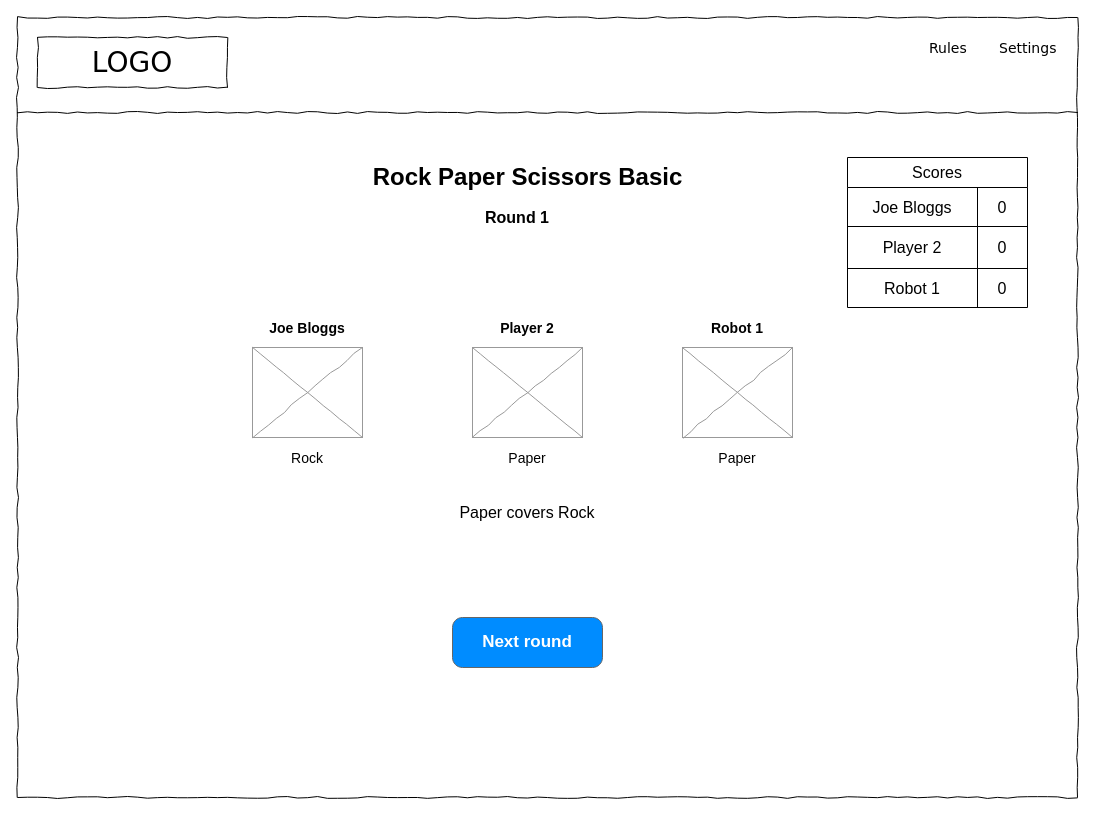
Before: page "round-result-large" (6 of 15) of design/rps-xtreme.drawio in ibuttimer/rock-paper-scissors-xtreme, a draw.io diagram. Source tidied: cells renumbered, new cells numbered last; positions are measured from the earlier drawing's top-left corner, leaving out a move shared by most shapes. Both pictures are drawn from the tidied source at 100%, with x=0, y=0 at pixel (17, 17).
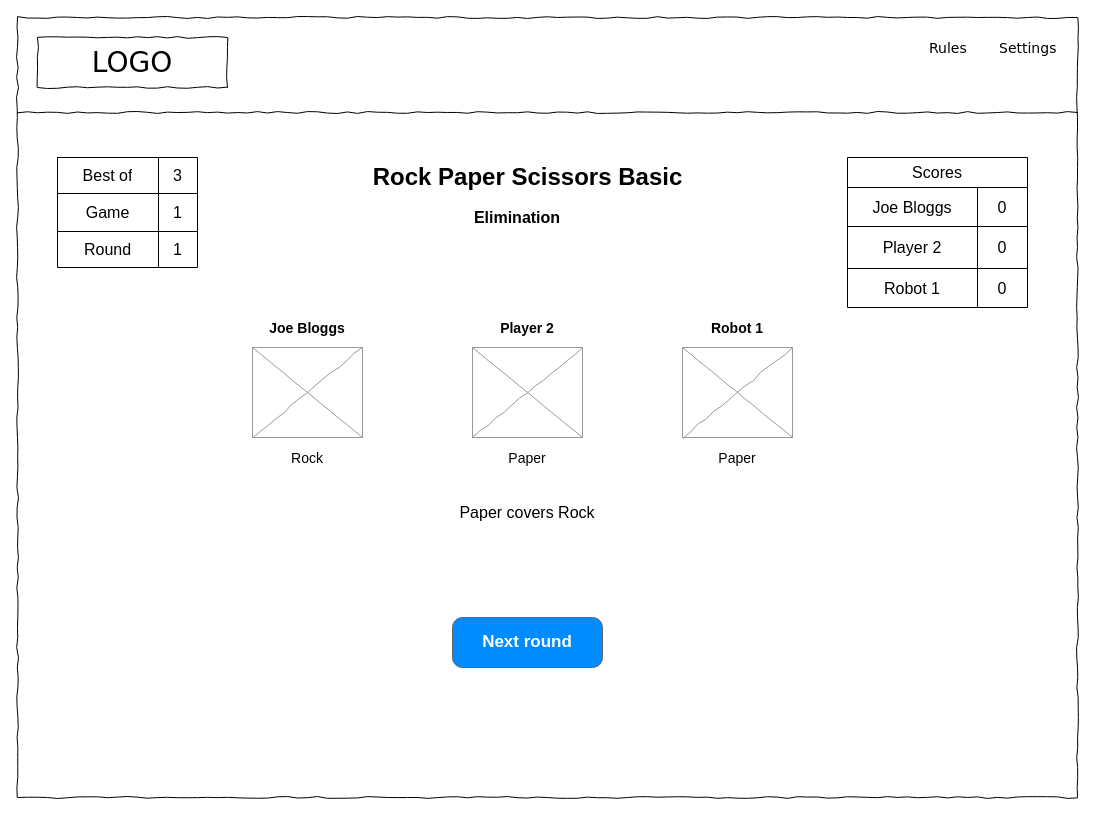
The same page after the edit.

The edit, as a diff of the source:
```diff
@@
-    <mxCell id="14" value="&lt;b style=&quot;&quot;&gt;&lt;font style=&quot;font-size: 16px;&quot;&gt;Round 1&lt;/font&gt;&lt;/b&gt;" style="text;html=1;strokeColor=none;fillColor=none;align=center;verticalAlign=middle;whiteSpace=wrap;overflow=hidden;" parent="1" vertex="1">
-      <mxGeometry x="420" y="180" width="160" height="40" as="geometry" />
-    </mxCell>
@@
+    <mxCell id="30" value="&lt;b style=&quot;&quot;&gt;&lt;font style=&quot;font-size: 16px;&quot;&gt;Elimination&lt;/font&gt;&lt;/b&gt;" style="text;html=1;strokeColor=none;fillColor=none;align=center;verticalAlign=middle;whiteSpace=wrap;overflow=hidden;" parent="1" vertex="1">
+      <mxGeometry x="340" y="180" width="320" height="40" as="geometry" />
+    </mxCell>
+    <mxCell id="31" style="shape=table;html=1;whiteSpace=wrap;startSize=0;childLayout=tableLayout;fontSize=16;" parent="1" vertex="1">
+      <mxGeometry x="40" y="140" width="140" height="110" as="geometry" />
+    </mxCell>
+    <mxCell id="32" style="shape=tableRow;horizontal=0;startSize=0;swimlaneHead=0;swimlaneBody=0;top=0;left=0;bottom=0;right=0;fillColor=none;fontSize=16;" parent="31" vertex="1">
+      <mxGeometry width="140" height="36" as="geometry" />
+    </mxCell>
+    <mxCell id="33" value="Best of" style="shape=partialRectangle;html=1;whiteSpace=wrap;fillColor=none;top=0;left=0;bottom=0;right=0;overflow=hidden;fontSize=16;" parent="32" vertex="1">
+      <mxGeometry width="101" height="36" as="geometry" />
+    </mxCell>
+    <mxCell id="34" value="3" style="shape=partialRectangle;html=1;whiteSpace=wrap;fillColor=none;top=0;left=0;bottom=0;right=0;overflow=hidden;fontSize=16;" parent="32" vertex="1">
+      <mxGeometry x="101" width="39" height="36" as="geometry" />
+    </mxCell>
+    <mxCell id="35" style="shape=tableRow;horizontal=0;startSize=0;swimlaneHead=0;swimlaneBody=0;top=0;left=0;bottom=0;right=0;fillColor=none;fontSize=16;" parent="31" vertex="1">
+      <mxGeometry y="36" width="140" height="38" as="geometry" />
+    </mxCell>
+    <mxCell id="36" value="Game" style="shape=partialRectangle;html=1;whiteSpace=wrap;fillColor=none;top=0;left=0;bottom=0;right=0;overflow=hidden;fontSize=16;" parent="35" vertex="1">
+      <mxGeometry width="101" height="38" as="geometry" />
+    </mxCell>
+    <mxCell id="37" value="1" style="shape=partialRectangle;html=1;whiteSpace=wrap;fillColor=none;top=0;left=0;bottom=0;right=0;overflow=hidden;fontSize=16;" parent="35" vertex="1">
+      <mxGeometry x="101" width="39" height="38" as="geometry" />
+    </mxCell>
+    <mxCell id="38" style="shape=tableRow;horizontal=0;startSize=0;swimlaneHead=0;swimlaneBody=0;top=0;left=0;bottom=0;right=0;fillColor=none;fontSize=16;" parent="31" vertex="1">
+      <mxGeometry y="74" width="140" height="36" as="geometry" />
+    </mxCell>
+    <mxCell id="39" value="Round" style="shape=partialRectangle;html=1;whiteSpace=wrap;fillColor=none;top=0;left=0;bottom=0;right=0;overflow=hidden;fontSize=16;" parent="38" vertex="1">
+      <mxGeometry width="101" height="36" as="geometry" />
+    </mxCell>
+    <mxCell id="40" value="1" style="shape=partialRectangle;html=1;whiteSpace=wrap;fillColor=none;top=0;left=0;bottom=0;right=0;overflow=hidden;fontSize=16;" parent="38" vertex="1">
+      <mxGeometry x="101" width="39" height="36" as="geometry" />
+    </mxCell>
```
